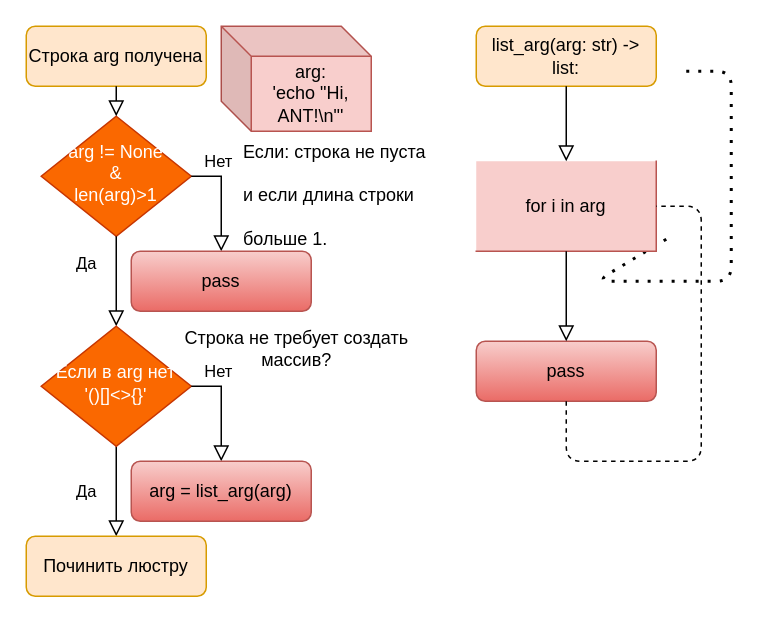
The draw.io diagram Untitled Diagram.drawio in CyTon-Code/hello_world, before the edit. Source tidied: cells renumbered, new cells numbered last; positions are measured from the earlier drawing's top-left corner, leaving out a move shared by most shapes. Both pictures are drawn from the tidied source at 150%, with x=0, y=0 at pixel (26, 26).
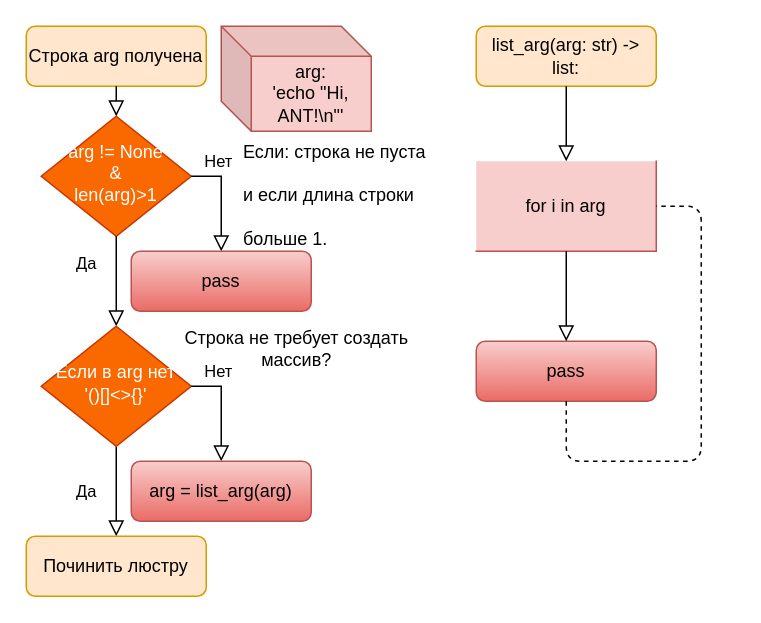
The same diagram, later.

Diff of the diagram source:
```diff
@@
-    <mxCell id="15" style="endArrow=none;dashed=1;html=1;dashPattern=1 3;strokeWidth=2;labelBackgroundColor=none;entryX=0.5;entryY=1;entryDx=0;entryDy=0;exitX=1;exitY=0.5;exitDx=0;exitDy=0;" parent="1" edge="1">
-      <mxGeometry relative="1" as="geometry">
-        <mxPoint x="440" y="30" as="sourcePoint" />
-        <mxPoint x="430" y="140" as="targetPoint" />
-        <Array as="points">
-          <mxPoint x="470" y="30" />
-          <mxPoint x="470" y="170" />
-          <mxPoint x="380" y="170" />
-        </Array>
-      </mxGeometry>
-    </mxCell>
```
